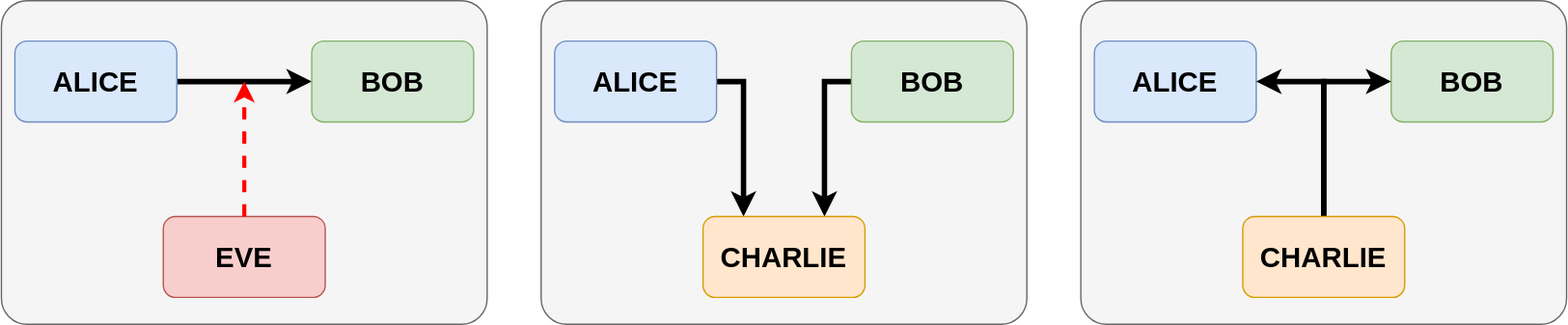
Before: QKD_implementations.drawio.svg, a diagram exported from draw.io (javijnb/LPRO_diagrams). Source tidied: cells renumbered, new cells last; positions are measured from the earlier drawing's top-left corner, leaving out a move shared by most shapes.
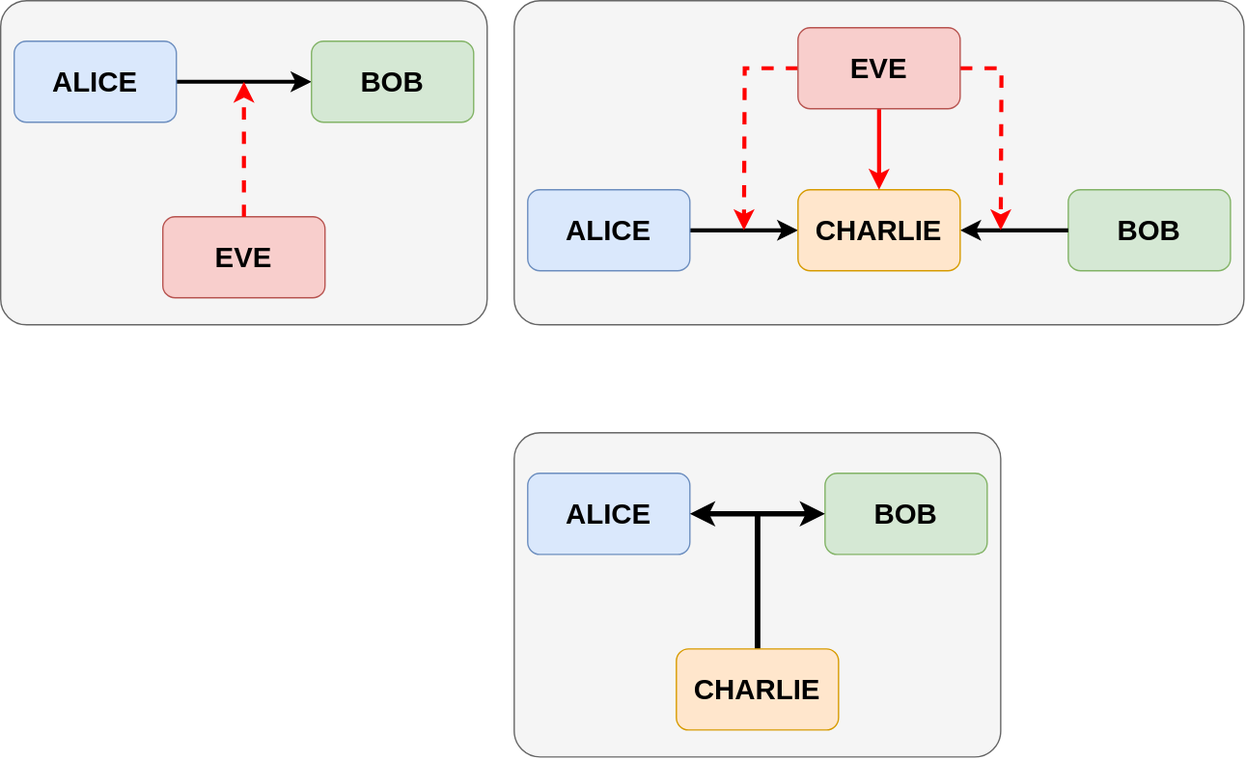
Later version of the same file.

What changed in the source:
```diff
@@ -6,9 +6,9 @@
       <mxGeometry width="360" height="240" as="geometry" />
     </mxCell>
     <mxCell id="3" style="rounded=1;whiteSpace=wrap;html=1;fillColor=#f5f5f5;fontColor=#333333;strokeColor=#666666;arcSize=8;" parent="1" vertex="1">
-      <mxGeometry x="400" width="360" height="240" as="geometry" />
+      <mxGeometry x="380" width="540" height="240" as="geometry" />
     </mxCell>
-    <mxCell id="4" style="edgeStyle=orthogonalEdgeStyle;rounded=0;jettySize=auto;html=1;exitX=1;exitY=0.5;exitDx=0;exitDy=0;entryX=0;entryY=0.5;entryDx=0;entryDy=0;fontSize=13;strokeWidth=4;" parent="1" edge="1" source="5" target="6">
+    <mxCell id="4" style="edgeStyle=orthogonalEdgeStyle;rounded=0;jettySize=auto;html=1;exitX=1;exitY=0.5;exitDx=0;exitDy=0;entryX=0;entryY=0.5;entryDx=0;entryDy=0;fontSize=13;strokeWidth=3;" parent="1" edge="1" source="5" target="6">
       <mxGeometry relative="1" as="geometry" />
     </mxCell>
     <mxCell id="5" value="&lt;font size=&quot;1&quot; face=&quot;Helvetica&quot;&gt;&lt;b style=&quot;font-size: 21px;&quot;&gt;ALICE&lt;/b&gt;&lt;/font&gt;" style="rounded=1;whiteSpace=wrap;html=1;fillColor=#dae8fc;strokeColor=#6c8ebf;" parent="1" vertex="1">
@@ -20,20 +20,25 @@
     <mxCell id="7" value="EVE" style="rounded=1;whiteSpace=wrap;html=1;fontStyle=1;fontSize=21;fillColor=#f8cecc;strokeColor=#b85450;" parent="1" vertex="1">
       <mxGeometry x="120" y="160" width="120" height="60" as="geometry" />
     </mxCell>
-    <mxCell id="8" style="edgeStyle=orthogonalEdgeStyle;rounded=0;jettySize=auto;html=1;exitX=1;exitY=0.5;exitDx=0;exitDy=0;entryX=0.25;entryY=0;entryDx=0;entryDy=0;strokeWidth=4;" parent="1" edge="1" source="9" target="12">
-      <mxGeometry relative="1" as="geometry" />
+    <mxCell id="8" style="edgeStyle=orthogonalEdgeStyle;rounded=0;jettySize=auto;html=1;exitX=1;exitY=0.5;exitDx=0;exitDy=0;entryX=0;entryY=0.5;entryDx=0;entryDy=0;strokeWidth=3;" parent="1" edge="1" source="9" target="12">
+      <mxGeometry relative="1" as="geometry">
+        <Array as="points">
+          <mxPoint x="570" y="170" />
+          <mxPoint x="570" y="170" />
+        </Array>
+      </mxGeometry>
     </mxCell>
     <mxCell id="9" value="ALICE" style="rounded=1;whiteSpace=wrap;html=1;fontStyle=1;fontSize=21;fillColor=#dae8fc;strokeColor=#6c8ebf;" parent="1" vertex="1">
-      <mxGeometry x="410" y="30" width="120" height="60" as="geometry" />
+      <mxGeometry x="390" y="140" width="120" height="60" as="geometry" />
     </mxCell>
-    <mxCell id="10" style="edgeStyle=orthogonalEdgeStyle;rounded=0;jettySize=auto;html=1;exitX=0;exitY=0.5;exitDx=0;exitDy=0;entryX=0.75;entryY=0;entryDx=0;entryDy=0;strokeWidth=4;" parent="1" edge="1" source="11" target="12">
-      <mxGeometry relative="1" as="geometry" />
-    </mxCell>
     <mxCell id="11" value="BOB" style="rounded=1;whiteSpace=wrap;html=1;fontStyle=1;fontSize=21;fillColor=#d5e8d4;strokeColor=#82b366;" parent="1" vertex="1">
-      <mxGeometry x="630" y="30" width="120" height="60" as="geometry" />
+      <mxGeometry x="790" y="140" width="120" height="60" as="geometry" />
     </mxCell>
+    <mxCell id="20" style="edgeStyle=orthogonalEdgeStyle;rounded=0;jettySize=auto;html=1;exitX=1;exitY=0.5;exitDx=0;exitDy=0;entryX=0;entryY=0.5;entryDx=0;entryDy=0;strokeWidth=3;endArrow=none;endFill=0;startArrow=classic;startFill=1;" parent="1" edge="1" source="12" target="11">
+      <mxGeometry relative="1" as="geometry" />
+    </mxCell>
     <mxCell id="12" value="CHARLIE" style="rounded=1;whiteSpace=wrap;html=1;fontStyle=1;fontSize=21;fillColor=#ffe6cc;strokeColor=#d79b00;" parent="1" vertex="1">
-      <mxGeometry x="520" y="160" width="120" height="60" as="geometry" />
+      <mxGeometry x="590" y="140" width="120" height="60" as="geometry" />
     </mxCell>
     <mxCell id="13" style="endArrow=classic;dashed=1;html=1;rounded=0;exitX=0.5;exitY=0;exitDx=0;exitDy=0;startArrow=none;startFill=0;endFill=1;strokeColor=#FF0000;strokeWidth=3;" parent="1" edge="1" source="7">
       <mxGeometry relative="1" as="geometry">
@@ -41,13 +46,13 @@
       </mxGeometry>
     </mxCell>
     <mxCell id="14" style="rounded=1;whiteSpace=wrap;html=1;fillColor=#f5f5f5;fontColor=#333333;strokeColor=#666666;arcSize=8;" parent="1" vertex="1">
-      <mxGeometry x="800" width="360" height="240" as="geometry" />
+      <mxGeometry x="380" y="320" width="360" height="240" as="geometry" />
     </mxCell>
     <mxCell id="15" value="ALICE" style="rounded=1;whiteSpace=wrap;html=1;fontStyle=1;fontSize=21;fillColor=#dae8fc;strokeColor=#6c8ebf;" parent="1" vertex="1">
-      <mxGeometry x="810" y="30" width="120" height="60" as="geometry" />
+      <mxGeometry x="390" y="350" width="120" height="60" as="geometry" />
     </mxCell>
     <mxCell id="16" value="BOB" style="rounded=1;whiteSpace=wrap;html=1;fontStyle=1;fontSize=21;fillColor=#d5e8d4;strokeColor=#82b366;" parent="1" vertex="1">
-      <mxGeometry x="1030" y="30" width="120" height="60" as="geometry" />
+      <mxGeometry x="610" y="350" width="120" height="60" as="geometry" />
     </mxCell>
     <mxCell id="17" style="edgeStyle=orthogonalEdgeStyle;rounded=0;jettySize=auto;html=1;exitX=0.5;exitY=0;exitDx=0;exitDy=0;entryX=1;entryY=0.5;entryDx=0;entryDy=0;strokeWidth=4;" parent="1" edge="1" source="19" target="15">
       <mxGeometry relative="1" as="geometry" />
@@ -56,7 +61,23 @@
       <mxGeometry relative="1" as="geometry" />
     </mxCell>
     <mxCell id="19" value="CHARLIE" style="rounded=1;whiteSpace=wrap;html=1;fontStyle=1;fontSize=21;fillColor=#ffe6cc;strokeColor=#d79b00;" parent="1" vertex="1">
-      <mxGeometry x="920" y="160" width="120" height="60" as="geometry" />
+      <mxGeometry x="500" y="480" width="120" height="60" as="geometry" />
     </mxCell>
+    <mxCell id="21" style="edgeStyle=orthogonalEdgeStyle;rounded=0;jettySize=auto;html=1;exitX=0;exitY=0.5;exitDx=0;exitDy=0;strokeWidth=3;dashed=1;strokeColor=#FF0000;" parent="1" edge="1" source="24">
+      <mxGeometry relative="1" as="geometry">
+        <mxPoint x="550" y="170" as="targetPoint" />
+      </mxGeometry>
+    </mxCell>
+    <mxCell id="22" style="edgeStyle=orthogonalEdgeStyle;rounded=0;jettySize=auto;html=1;exitX=1;exitY=0.5;exitDx=0;exitDy=0;strokeWidth=3;dashed=1;strokeColor=#FF0000;" parent="1" edge="1" source="24">
+      <mxGeometry relative="1" as="geometry">
+        <mxPoint x="740" y="170" as="targetPoint" />
+      </mxGeometry>
+    </mxCell>
+    <mxCell id="23" style="edgeStyle=orthogonalEdgeStyle;rounded=0;jettySize=auto;html=1;exitX=0.5;exitY=1;exitDx=0;exitDy=0;entryX=0.5;entryY=0;entryDx=0;entryDy=0;strokeWidth=3;strokeColor=#FF0000;" parent="1" edge="1" source="24" target="12">
+      <mxGeometry relative="1" as="geometry" />
+    </mxCell>
+    <mxCell id="24" value="EVE" style="rounded=1;whiteSpace=wrap;html=1;fontStyle=1;fontSize=21;fillColor=#f8cecc;strokeColor=#b85450;" parent="1" vertex="1">
+      <mxGeometry x="590" y="20" width="120" height="60" as="geometry" />
+    </mxCell>
   </root>
 </mxGraphModel>
```
